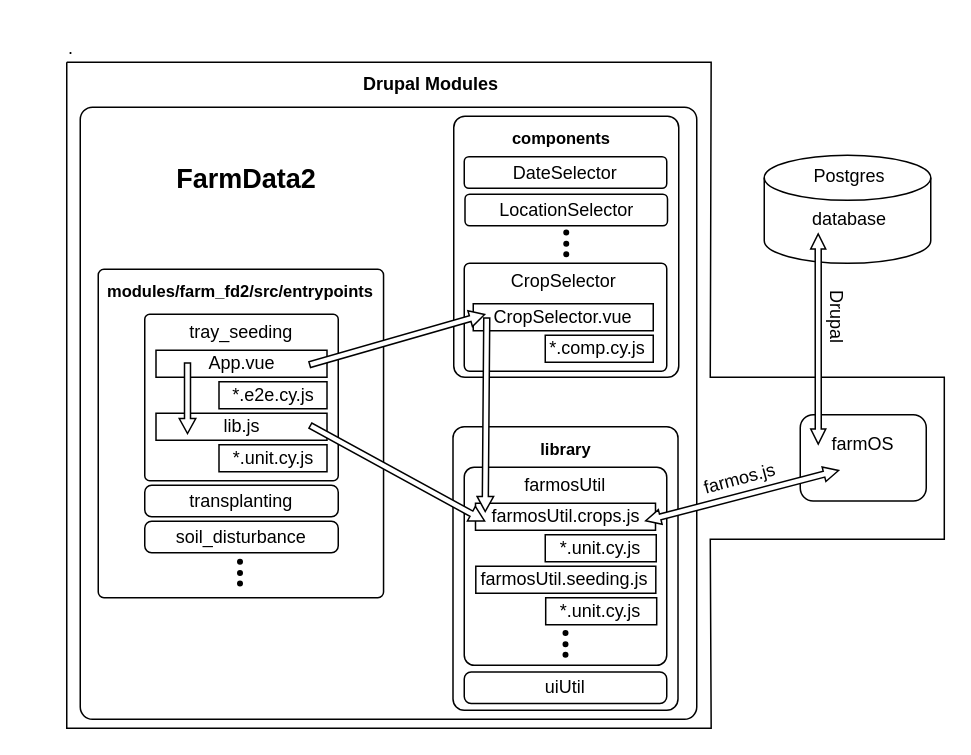
FarmData2/FD2-Diagrams keeps this draw.io diagram as FD2-Architecture.drawio. Above is the earlier version. Source tidied: cells renumbered, new cells numbered last; positions are measured from the earlier drawing's top-left corner, leaving out a move shared by most shapes. Both pictures are drawn from the tidied source at 150%, with x=0, y=0 at pixel (26, 26).
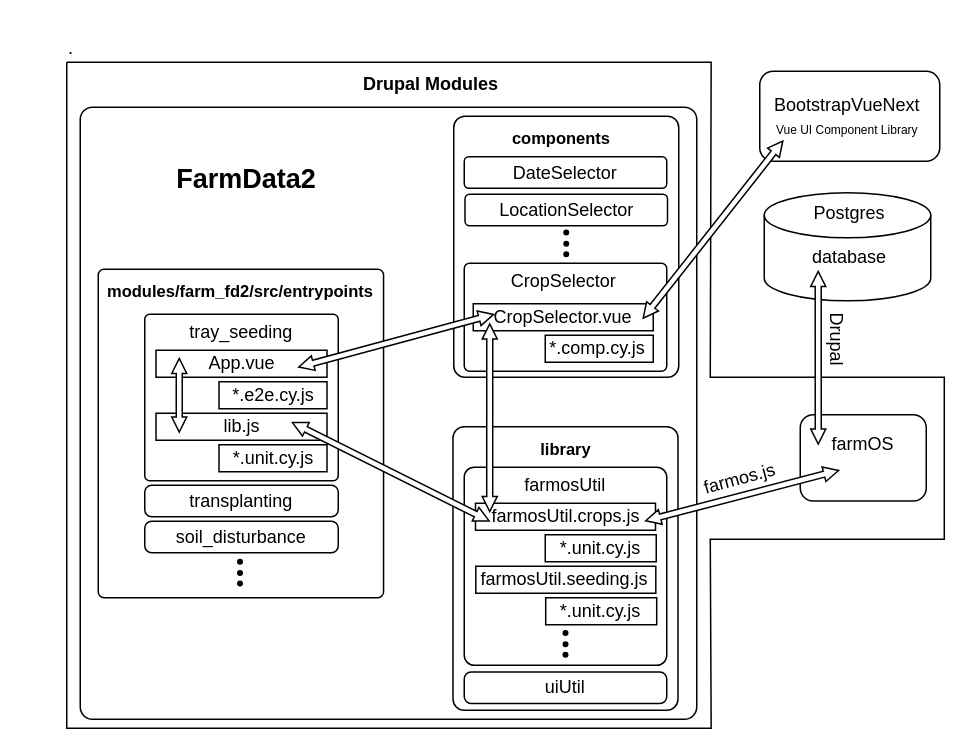
After the change.

Unchanged cells that the change refers to:
```xml
<mxCell id="10" style="group;" parent="1" vertex="1">
  <mxGeometry x="78" y="189" width="130" height="214" as="geometry" />
</mxCell>
<mxCell id="18" value="*.e2e.cy.js" style="text;html=1;whiteSpace=wrap;strokeColor=none;fillColor=none;align=center;verticalAlign=middle;rounded=0;" parent="10" vertex="1">
  <mxGeometry x="50.5" y="42" width="72" height="30" as="geometry" />
</mxCell>
<mxCell id="36" value="farmosUtil.crops.js" style="text;html=1;whiteSpace=wrap;strokeColor=none;fillColor=none;align=center;verticalAlign=middle;rounded=0;" parent="30" vertex="1">
  <mxGeometry x="15" y="45" width="120" height="30" as="geometry" />
</mxCell>
<mxCell id="59" style="group;" parent="1" vertex="1">
  <mxGeometry x="292" y="155" width="135" height="75" as="geometry" />
</mxCell>
<mxCell id="63" value="CropSelector.vue" style="text;html=1;whiteSpace=wrap;strokeColor=none;fillColor=none;align=center;verticalAlign=middle;rounded=0;" parent="59" vertex="1">
  <mxGeometry x="6" y="24" width="120" height="30" as="geometry" />
</mxCell>
```

What changed in the source:
```diff
@@
+    <mxCell id="77" style="rounded=1;whiteSpace=wrap;html=1;roundedPerimeter=1;" parent="1" vertex="1">
+      <mxGeometry x="489" y="30" width="120" height="60" as="geometry" />
+    </mxCell>
@@
-    <mxCell id="21" style="shape=flexArrow;endArrow=classic;html=1;rounded=0;defaultLabelBackgroundColor=page;width=4;endSize=3;endWidth=6;entryX=0.184;entryY=0.8;entryDx=0;entryDy=0;entryPerimeter=0;exitX=0.184;exitY=0.6;exitDx=0;exitDy=0;exitPerimeter=0;fillColor=#FFFFFF;" parent="10" edge="1">
-      <mxGeometry relative="1" as="geometry">
-        <mxPoint x="29.5" y="35" as="sourcePoint" />
-        <mxPoint x="29.5" y="83" as="targetPoint" />
-      </mxGeometry>
-    </mxCell>
@@
+    <mxCell id="78" style="shape=flexArrow;endArrow=classic;startArrow=classic;html=1;rounded=0;defaultLabelBackgroundColor=page;width=4;startSize=3;startWidth=5;endSize=3;endWidth=5;fillColor=#FFFFFF;entryX=0.136;entryY=0.7;entryDx=0;entryDy=0;exitX=0.136;exitY=0.4;exitDx=0;exitDy=0;exitPerimeter=0;entryPerimeter=0;" parent="10" edge="1">
+      <mxGeometry relative="1" as="geometry">
+        <mxPoint x="24" y="32" as="sourcePoint" />
+        <mxPoint x="24" y="82" as="targetPoint" />
+      </mxGeometry>
+    </mxCell>
@@
-    <mxCell id="49" style="shape=flexArrow;endArrow=classic;html=1;rounded=0;defaultLabelBackgroundColor=page;width=4;endSize=3;endWidth=6;entryX=0.054;entryY=0.6;entryDx=0;entryDy=0;fillColor=#FFFFFF;exitX=0.924;exitY=1.1;exitDx=0;exitDy=0;exitPerimeter=0;entryPerimeter=0;" parent="1" edge="1" target="36">
-      <mxGeometry relative="1" as="geometry">
-        <mxPoint x="189" y="266" as="sourcePoint" />
-      </mxGeometry>
-    </mxCell>
@@
-    <mxCell id="66" style="shape=flexArrow;endArrow=classic;html=1;rounded=0;defaultLabelBackgroundColor=page;width=4;endSize=3;endWidth=6;fillColor=#FFFFFF;entryX=0.067;entryY=0.433;entryDx=0;entryDy=0;exitX=0.833;exitY=-0.109;exitDx=0;exitDy=0;exitPerimeter=0;entryPerimeter=0;" parent="1" edge="1" target="63">
-      <mxGeometry relative="1" as="geometry">
-        <mxPoint x="188.5" y="225.7" as="sourcePoint" />
-      </mxGeometry>
-    </mxCell>
-    <mxCell id="67" style="shape=flexArrow;endArrow=classic;html=1;rounded=0;defaultLabelBackgroundColor=page;width=4;endSize=3;endWidth=6;entryX=0.054;entryY=0.4;entryDx=0;entryDy=0;exitX=0.092;exitY=0.5;exitDx=0;exitDy=0;fillColor=#FFFFFF;exitPerimeter=0;entryPerimeter=0;" parent="1" edge="1" target="36">
-      <mxGeometry x="-0.05" relative="1" as="geometry">
-        <mxPoint x="307" y="194" as="sourcePoint" />
-      </mxGeometry>
-    </mxCell>
+    <mxCell id="79" style="shape=flexArrow;endArrow=classic;startArrow=classic;html=1;rounded=0;defaultLabelBackgroundColor=page;width=4;startSize=3;startWidth=5;endSize=3;endWidth=5;fillColor=#FFFFFF;entryX=0.079;entryY=0.4;entryDx=0;entryDy=0;exitX=0.136;exitY=0.4;exitDx=0;exitDy=0;exitPerimeter=0;entryPerimeter=0;" parent="59" edge="1" target="36">
+      <mxGeometry relative="1" as="geometry">
+        <mxPoint x="17" y="43" as="sourcePoint" />
+      </mxGeometry>
+    </mxCell>
+    <mxCell id="80" style="shape=flexArrow;endArrow=classic;startArrow=classic;html=1;rounded=0;defaultLabelBackgroundColor=page;width=4;startSize=3;startWidth=5;endSize=3;endWidth=5;fillColor=#FFFFFF;entryX=0.136;entryY=0.7;entryDx=0;entryDy=0;exitX=0.134;exitY=1.037;exitDx=0;exitDy=0;entryPerimeter=0;exitPerimeter=0;" parent="59" edge="1" source="81">
+      <mxGeometry relative="1" as="geometry">
+        <mxPoint x="119" y="40" as="targetPoint" />
+      </mxGeometry>
+    </mxCell>
@@
     <mxCell id="69" style="group;" parent="1" vertex="1">
-      <mxGeometry x="492" y="86" width="111" height="72" as="geometry" />
+      <mxGeometry x="492" y="111" width="111" height="72" as="geometry" />
     </mxCell>
@@
     <mxCell id="73" value="Drupal" style="text;html=1;whiteSpace=wrap;strokeColor=none;fillColor=none;align=center;verticalAlign=middle;rounded=0;rotation=90;" parent="1" vertex="1">
-      <mxGeometry x="510" y="179" width="60" height="30" as="geometry" />
+      <mxGeometry x="510" y="194" width="60" height="30" as="geometry" />
     </mxCell>
@@
+    <mxCell id="81" value="BootstrapVueNext&lt;div&gt;&lt;font style=&quot;font-size: 8px;&quot;&gt;Vue UI Component Library&lt;/font&gt;&lt;/div&gt;" style="text;html=1;whiteSpace=wrap;strokeColor=none;fillColor=none;align=center;verticalAlign=middle;rounded=0;" parent="1" vertex="1">
+      <mxGeometry x="489" y="45" width="117" height="30" as="geometry" />
+    </mxCell>
+    <mxCell id="82" style="shape=flexArrow;endArrow=classic;startArrow=classic;html=1;rounded=0;defaultLabelBackgroundColor=page;width=4;startSize=3;startWidth=5;endSize=3;endWidth=5;fillColor=#FFFFFF;entryX=0.732;entryY=-0.122;entryDx=0;entryDy=0;exitX=0.117;exitY=0.433;exitDx=0;exitDy=0;exitPerimeter=0;entryPerimeter=0;" parent="1" edge="1" source="63" target="18">
+      <mxGeometry relative="1" as="geometry" />
+    </mxCell>
+    <mxCell id="83" style="shape=flexArrow;endArrow=classic;startArrow=classic;html=1;rounded=0;defaultLabelBackgroundColor=page;width=4;startSize=3;startWidth=5;endSize=3;endWidth=5;fillColor=#FFFFFF;entryX=0.079;entryY=0.7;entryDx=0;entryDy=0;exitX=0.794;exitY=0.5;exitDx=0;exitDy=0;exitPerimeter=0;entryPerimeter=0;" parent="1" edge="1">
+      <mxGeometry relative="1" as="geometry">
+        <mxPoint x="177" y="264" as="sourcePoint" />
+        <mxPoint x="309" y="330" as="targetPoint" />
+      </mxGeometry>
+    </mxCell>
```
